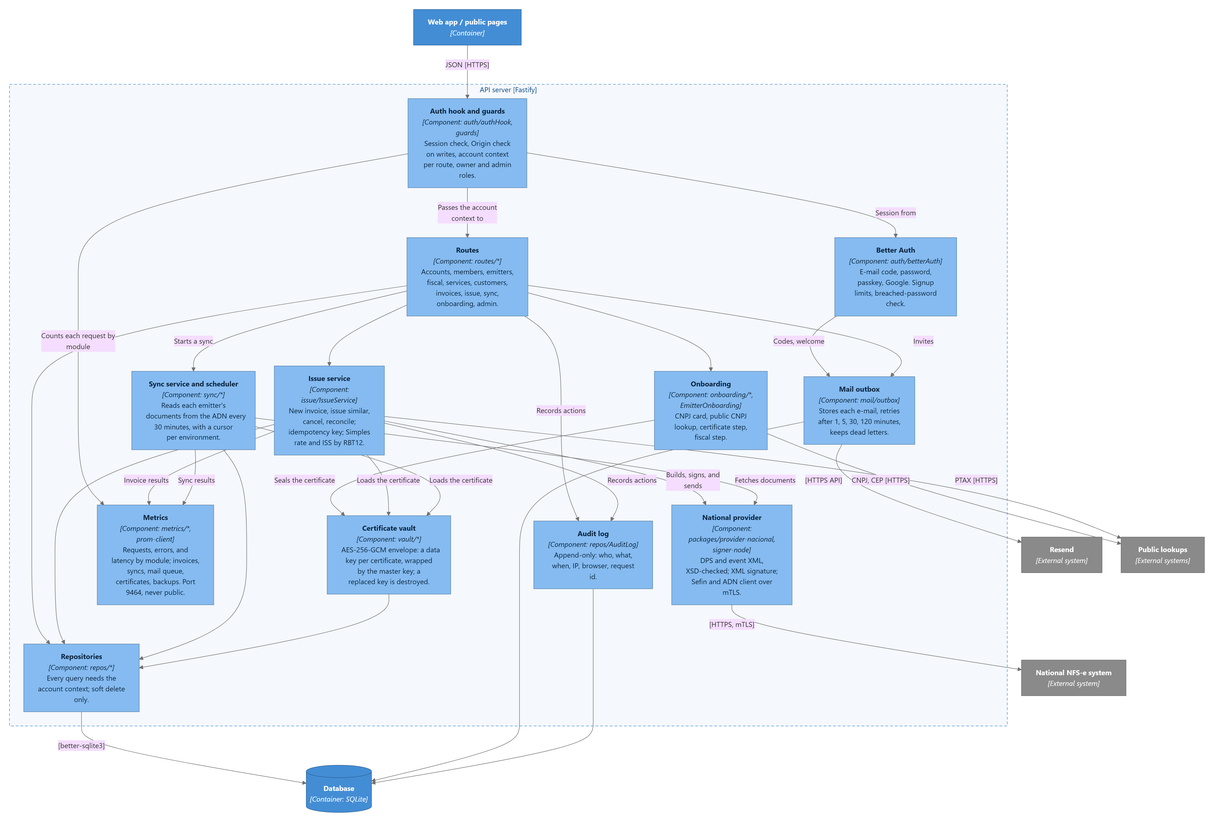
This is docs/ENGINEERING/ARCHITECTURE/diagrams/c4-3-server-components.png from Vapulab/notaflow, a Mermaid export, as it was before one commit. Its source is kept beside it as docs/ENGINEERING/ARCHITECTURE/diagrams/c4-3-server-components.mmd.
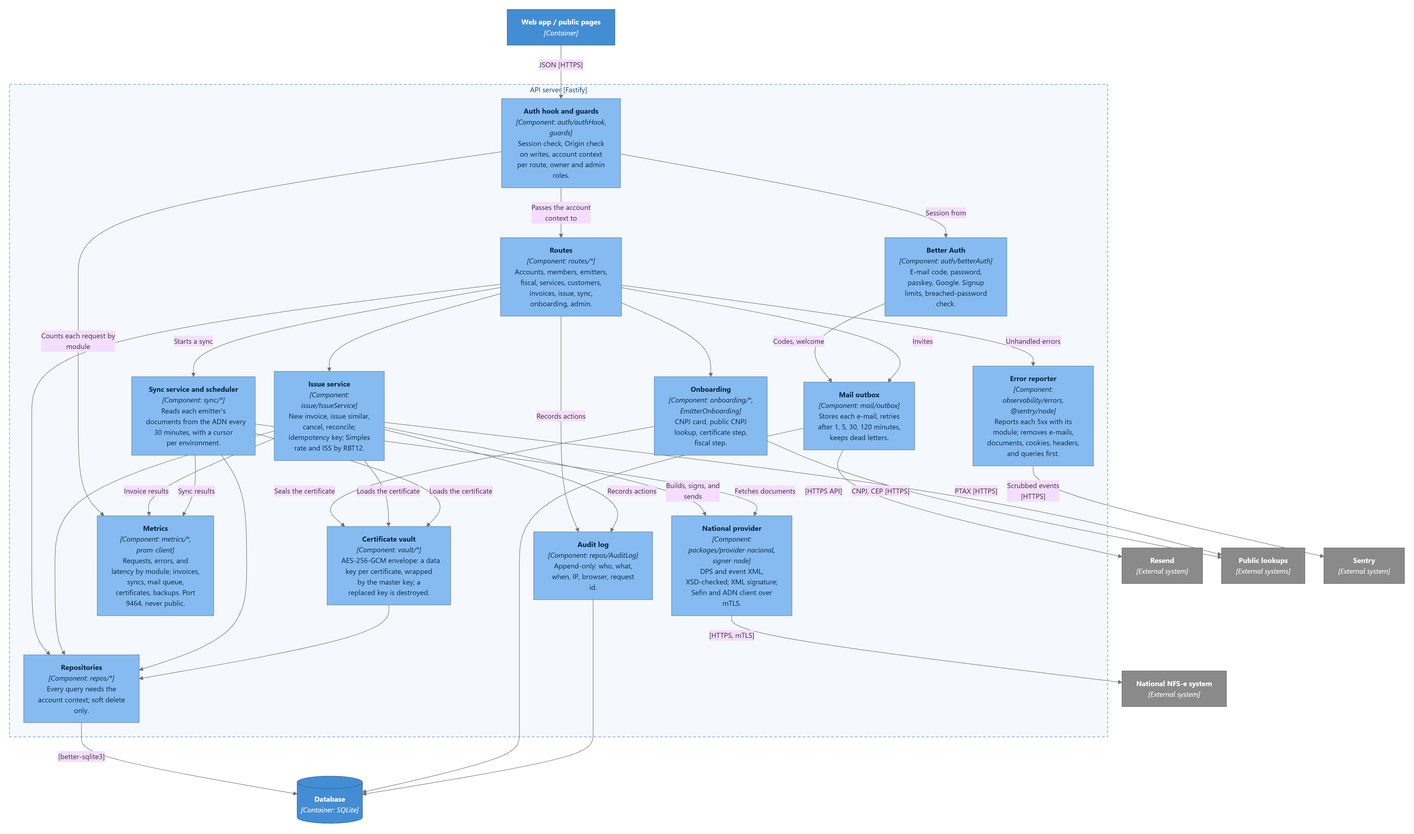
The same file after the commit.

The edit, as a diff of the source:
```diff
@@ -14,6 +14,7 @@
     repos["<b>Repositories</b><br/><i>[Component: repos/*]</i><br/>Every query needs the account context; soft delete only."]
     outbox["<b>Mail outbox</b><br/><i>[Component: mail/outbox]</i><br/>Stores each e-mail, retries after 1, 5, 30, 120 minutes, keeps dead letters."]
     metrics["<b>Metrics</b><br/><i>[Component: metrics/*, prom-client]</i><br/>Requests, errors, and latency by module; invoices, syncs, mail queue, certificates, backups. Port 9464, never public."]
+    errors["<b>Error reporter</b><br/><i>[Component: observability/errors, @sentry/node]</i><br/>Reports each 5xx with its module; removes e-mails, documents, cookies, headers, and queries first."]
     audit["<b>Audit log</b><br/><i>[Component: repos/AuditLog]</i><br/>Append-only: who, what, when, IP, browser, request id."]
   end
 
@@ -21,6 +22,7 @@
   nacional["<b>National NFS-e system</b><br/><i>[External system]</i>"]
   resend["<b>Resend</b><br/><i>[External system]</i>"]
   lookups["<b>Public lookups</b><br/><i>[External systems]</i>"]
+  sentry["<b>Sentry</b><br/><i>[External system]</i>"]
 
   web -- "JSON [HTTPS]" --> authhook
   authhook -- "Session from" --> betterauth
@@ -51,12 +53,14 @@
   authhook -- "Counts each request by module" --> metrics
   issue -- "Invoice results" --> metrics
   sync -- "Sync results" --> metrics
+  routes -- "Unhandled errors" --> errors
+  errors -- "Scrubbed events [HTTPS]" --> sentry
 
   classDef person fill:#08427b,stroke:#052e56,color:#fff
   classDef container fill:#438dd5,stroke:#2e6295,color:#fff
   classDef component fill:#85bbf0,stroke:#5d82a8,color:#0b2540
   classDef external fill:#8a8a8a,stroke:#6b6b6b,color:#fff
   class web,db container
-  class authhook,betterauth,routes,onboarding,issue,sync,vault,provider,repos,outbox,audit,metrics component
-  class nacional,resend,lookups external
+  class authhook,betterauth,routes,onboarding,issue,sync,vault,provider,repos,outbox,audit,metrics,errors component
+  class nacional,resend,lookups,sentry external
   style boundary fill:#f5f8fc,stroke:#438dd5,stroke-dasharray:6 4,color:#0b4884
```
